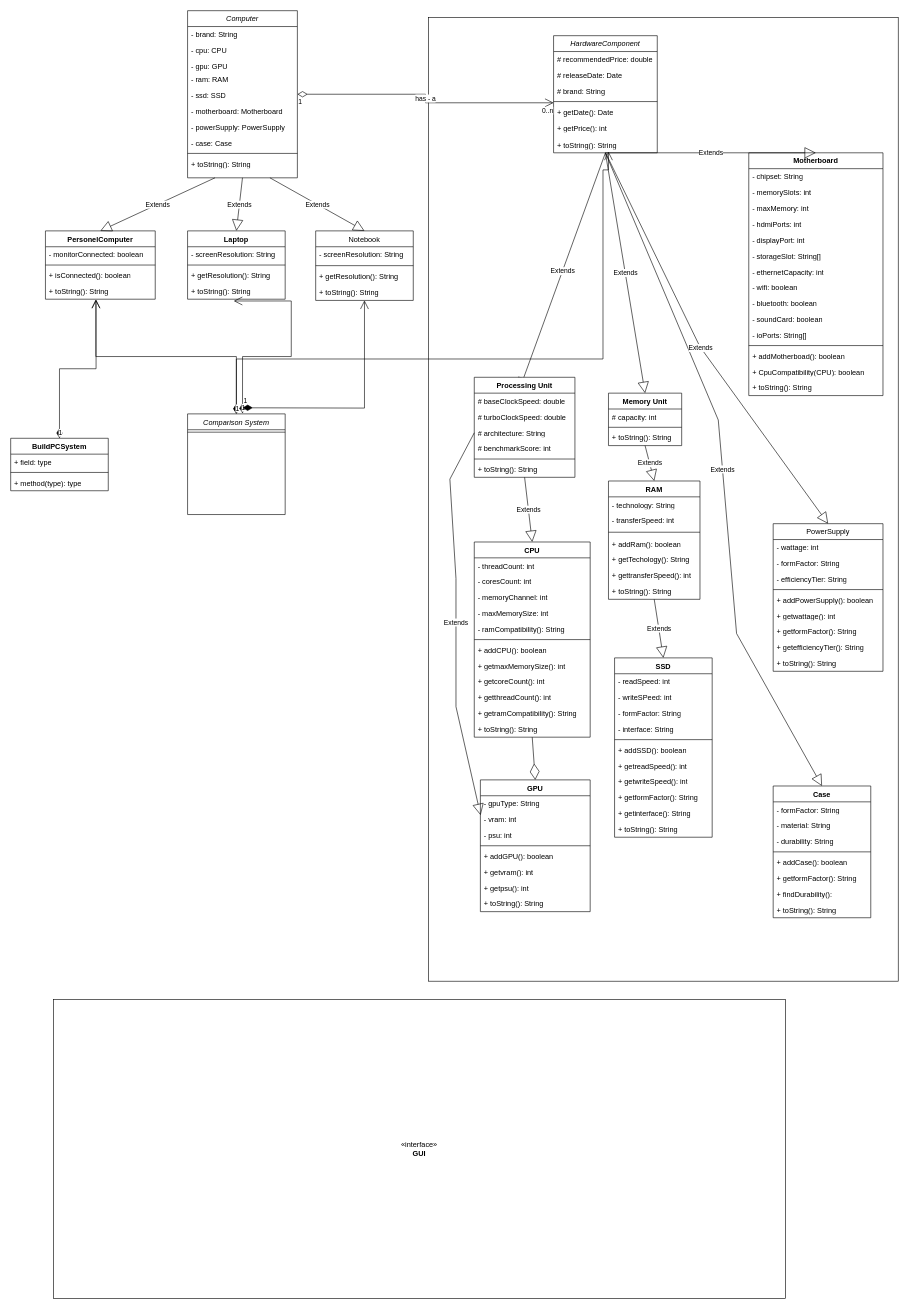
isikdonger/Computer_Parts_App keeps this draw.io diagram as 221UML.drawio. Above is the earlier version. Source tidied: cells renumbered, new cells numbered last; positions are measured from the earlier drawing's top-left corner, leaving out a move shared by most shapes. Both pictures are drawn from the tidied source at 61%, with x=0, y=0 at pixel (10, 10).
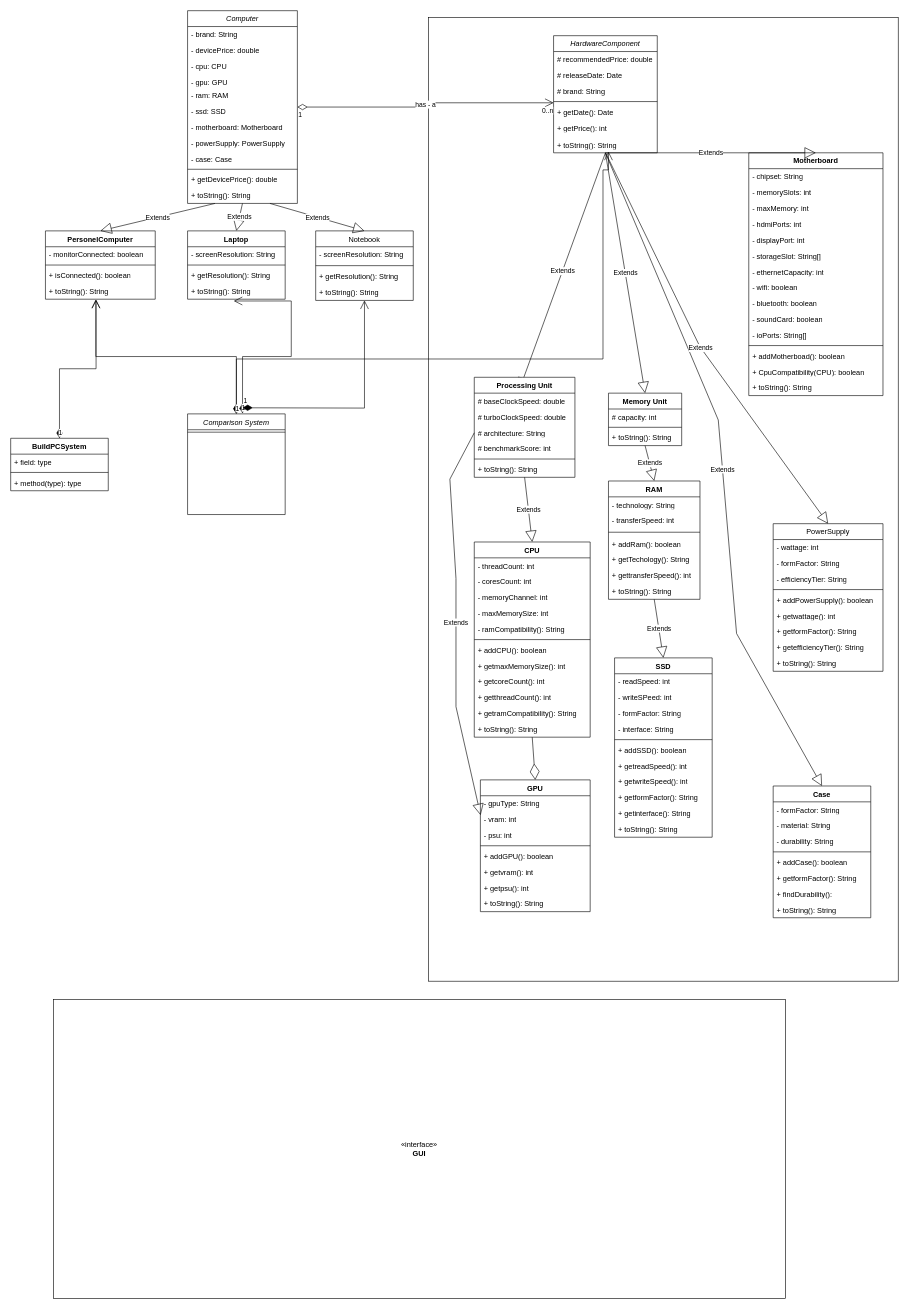
Above is the later version.

The edit, as a diff of the source:
```diff
@@
     <mxCell id="3" value="Computer" style="swimlane;fontStyle=2;align=center;verticalAlign=top;horizontal=1;startSize=26;rounded=0;shadow=0;strokeWidth=1;" parent="1" vertex="1">
-      <mxGeometry x="290" width="180" height="274" as="geometry" />
+      <mxGeometry x="290" width="180" height="316" as="geometry" />
     </mxCell>
@@
+    <mxCell id="153" value="- devicePrice: double" style="text;strokeColor=none;fillColor=none;align=left;verticalAlign=top;spacingLeft=4;spacingRight=4;overflow=hidden;whiteSpace=wrap;html=1;" parent="3" vertex="1">
+      <mxGeometry y="52" width="180" height="26" as="geometry" />
+    </mxCell>
     <mxCell id="5" value="- cpu: CPU&lt;div&gt;&amp;nbsp;&lt;/div&gt;" style="text;strokeColor=none;fillColor=none;align=left;verticalAlign=top;spacingLeft=4;spacingRight=4;overflow=hidden;whiteSpace=wrap;html=1;" parent="3" vertex="1">
-      <mxGeometry y="52" width="180" height="26" as="geometry" />
+      <mxGeometry y="78" width="180" height="26" as="geometry" />
     </mxCell>
     <mxCell id="6" value="- gpu: GPU" style="text;strokeColor=none;fillColor=none;align=left;verticalAlign=top;spacingLeft=4;spacingRight=4;overflow=hidden;whiteSpace=wrap;html=1;" parent="3" vertex="1">
-      <mxGeometry y="78" width="180" height="22" as="geometry" />
+      <mxGeometry y="104" width="180" height="22" as="geometry" />
     </mxCell>
     <mxCell id="7" value="- ram: RAM" style="text;strokeColor=none;fillColor=none;align=left;verticalAlign=top;spacingLeft=4;spacingRight=4;overflow=hidden;whiteSpace=wrap;html=1;" parent="3" vertex="1">
-      <mxGeometry y="100" width="180" height="26" as="geometry" />
+      <mxGeometry y="126" width="180" height="26" as="geometry" />
     </mxCell>
     <mxCell id="8" value="- ssd: SSD" style="text;strokeColor=none;fillColor=none;align=left;verticalAlign=top;spacingLeft=4;spacingRight=4;overflow=hidden;whiteSpace=wrap;html=1;" parent="3" vertex="1">
-      <mxGeometry y="126" width="180" height="26" as="geometry" />
+      <mxGeometry y="152" width="180" height="26" as="geometry" />
     </mxCell>
     <mxCell id="9" value="- motherboard: Motherboard" style="text;strokeColor=none;fillColor=none;align=left;verticalAlign=top;spacingLeft=4;spacingRight=4;overflow=hidden;whiteSpace=wrap;html=1;" parent="3" vertex="1">
-      <mxGeometry y="152" width="180" height="26" as="geometry" />
+      <mxGeometry y="178" width="180" height="26" as="geometry" />
     </mxCell>
     <mxCell id="10" value="- powerSupply: PowerSupply" style="text;strokeColor=none;fillColor=none;align=left;verticalAlign=top;spacingLeft=4;spacingRight=4;overflow=hidden;whiteSpace=wrap;html=1;" parent="3" vertex="1">
-      <mxGeometry y="178" width="180" height="26" as="geometry" />
+      <mxGeometry y="204" width="180" height="26" as="geometry" />
     </mxCell>
     <mxCell id="11" value="- case: Case" style="text;strokeColor=none;fillColor=none;align=left;verticalAlign=top;spacingLeft=4;spacingRight=4;overflow=hidden;whiteSpace=wrap;html=1;" parent="3" vertex="1">
-      <mxGeometry y="204" width="180" height="26" as="geometry" />
+      <mxGeometry y="230" width="180" height="26" as="geometry" />
     </mxCell>
     <mxCell id="12" style="line;html=1;strokeWidth=1;align=left;verticalAlign=middle;spacingTop=-1;spacingLeft=3;spacingRight=3;labelPosition=right;" parent="3" vertex="1">
-      <mxGeometry y="230" width="180" height="8" as="geometry" />
+      <mxGeometry y="256" width="180" height="8" as="geometry" />
     </mxCell>
+    <mxCell id="154" value="+ getDevicePrice(): double" style="text;strokeColor=none;fillColor=none;align=left;verticalAlign=top;spacingLeft=4;spacingRight=4;overflow=hidden;whiteSpace=wrap;html=1;" parent="3" vertex="1">
+      <mxGeometry y="264" width="180" height="26" as="geometry" />
+    </mxCell>
     <mxCell id="13" value="+ toString(): String" style="text;strokeColor=none;fillColor=none;align=left;verticalAlign=top;spacingLeft=4;spacingRight=4;overflow=hidden;whiteSpace=wrap;html=1;" parent="3" vertex="1">
-      <mxGeometry y="238" width="180" height="26" as="geometry" />
+      <mxGeometry y="290" width="180" height="26" as="geometry" />
     </mxCell>
```
